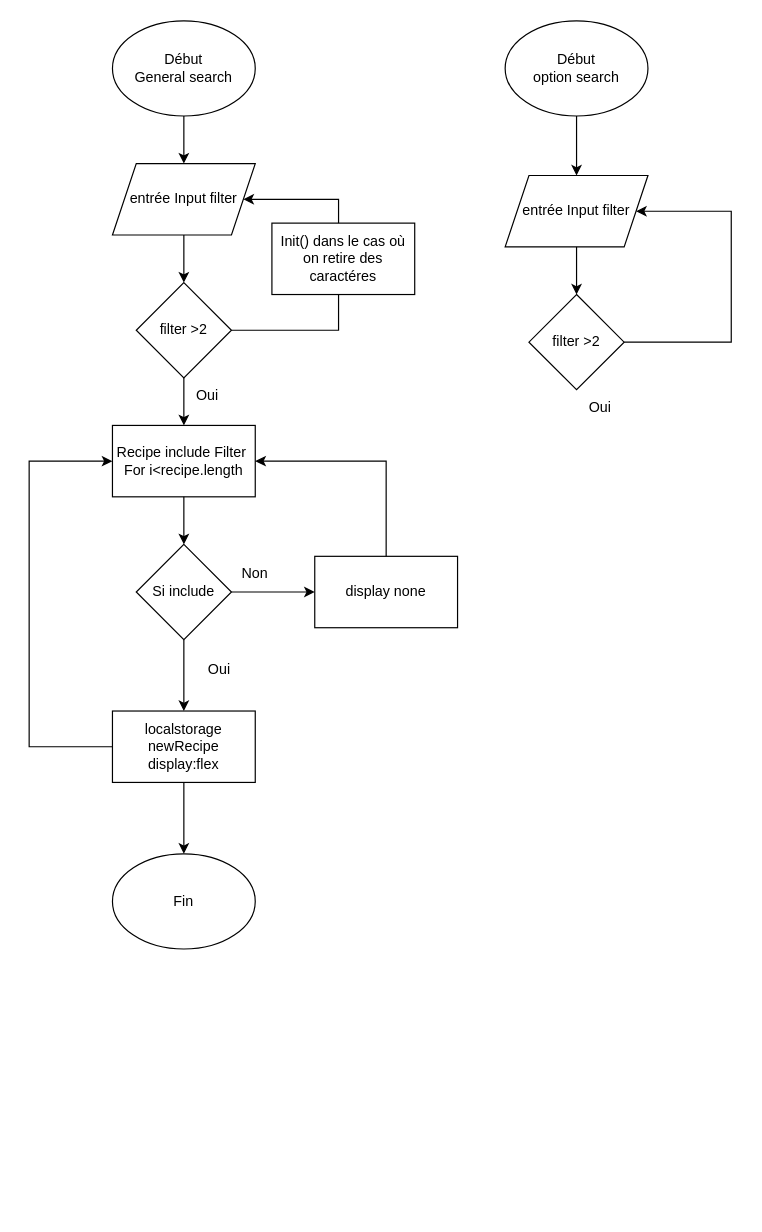
Earlier version of the draw.io diagram assets/images/Untitled Diagram.drawio (denis-farkas/DenisFarkas_7_15012022). Source tidied: cells renumbered, new cells numbered last; positions are measured from the earlier drawing's top-left corner, leaving out a move shared by most shapes. Both pictures are drawn from the tidied source at 119%, with x=0, y=0 at pixel (29, 20).
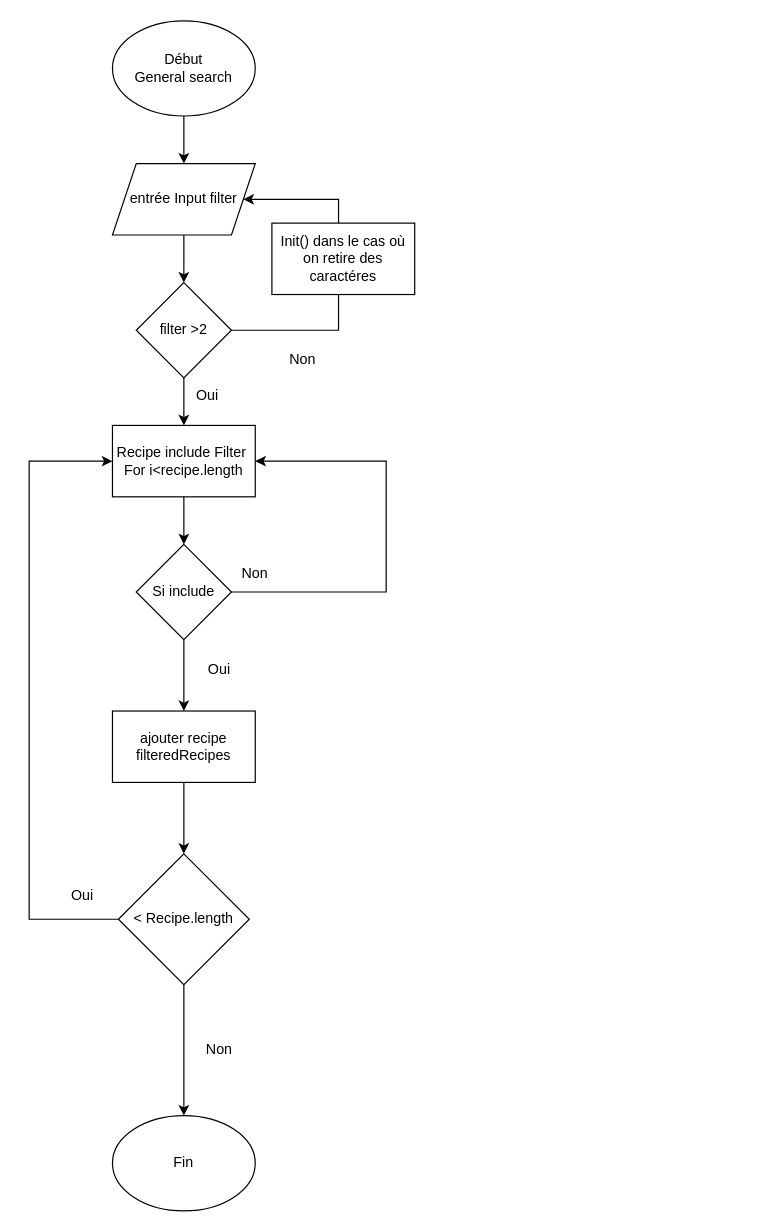
Above is the later version.

The change refers to these unchanged cells:
```xml
<mxCell id="4" value="Recipe include Filter&amp;nbsp;&lt;br&gt;For i&amp;lt;recipe.length" style="rounded=0;whiteSpace=wrap;html=1;" parent="1" vertex="1">
  <mxGeometry x="70" y="340" width="120" height="60" as="geometry" />
</mxCell>
<mxCell id="6" value="Si include" style="rhombus;whiteSpace=wrap;html=1;" parent="1" vertex="1">
  <mxGeometry x="90" y="440" width="80" height="80" as="geometry" />
</mxCell>
```

What changed in the source:
```diff
@@
-    <mxCell id="15" value="localstorage newRecipe&lt;br&gt;display:flex" style="rounded=0;whiteSpace=wrap;html=1;" parent="1" vertex="1">
+    <mxCell id="15" value="ajouter recipe filteredRecipes" style="rounded=0;whiteSpace=wrap;html=1;" parent="1" vertex="1">
       <mxGeometry x="70" y="580" width="120" height="60" as="geometry" />
     </mxCell>
@@
-    <mxCell id="17" style="endArrow=classic;html=1;rounded=0;exitX=1;exitY=0.5;exitDx=0;exitDy=0;" parent="1" edge="1" source="6" target="18">
-      <mxGeometry relative="1" as="geometry" />
-    </mxCell>
-    <mxCell id="18" value="display none" style="rounded=0;whiteSpace=wrap;html=1;" parent="1" vertex="1">
-      <mxGeometry x="240" y="450" width="120" height="60" as="geometry" />
-    </mxCell>
-    <mxCell id="19" style="endArrow=classic;html=1;rounded=0;exitX=0;exitY=0.5;exitDx=0;exitDy=0;entryX=0;entryY=0.5;entryDx=0;entryDy=0;" parent="1" edge="1" source="15" target="4">
+    <mxCell id="19" style="endArrow=classic;html=1;rounded=0;exitX=0;exitY=0.5;exitDx=0;exitDy=0;entryX=0;entryY=0.5;entryDx=0;entryDy=0;" parent="1" edge="1" source="32" target="4">
       <mxGeometry relative="1" as="geometry">
         <Array as="points">
-          <mxPoint y="610" />
+          <mxPoint y="755" />
           <mxPoint y="370" />
         </Array>
       </mxGeometry>
     </mxCell>
     <mxCell id="20" value="Fin" style="ellipse;whiteSpace=wrap;html=1;" parent="1" vertex="1">
-      <mxGeometry x="70" y="700" width="120" height="80" as="geometry" />
+      <mxGeometry x="70" y="920" width="120" height="80" as="geometry" />
     </mxCell>
-    <mxCell id="21" style="endArrow=classic;html=1;rounded=0;exitX=0.5;exitY=1;exitDx=0;exitDy=0;entryX=0.5;entryY=0;entryDx=0;entryDy=0;" parent="1" edge="1" source="15" target="20">
+    <mxCell id="21" style="endArrow=classic;html=1;rounded=0;entryX=0.5;entryY=0;entryDx=0;entryDy=0;exitX=0.5;exitY=1;exitDx=0;exitDy=0;" parent="1" edge="1" source="32" target="20">
       <mxGeometry relative="1" as="geometry" />
     </mxCell>
     <mxCell id="22" style="endArrow=classic;html=1;rounded=0;entryX=1;entryY=0.5;entryDx=0;entryDy=0;" parent="1" edge="1" target="4">
       <mxGeometry relative="1" as="geometry">
-        <mxPoint x="300" y="450" as="sourcePoint" />
+        <mxPoint x="170" y="480" as="sourcePoint" />
         <Array as="points">
+          <mxPoint x="300" y="480" />
           <mxPoint x="300" y="370" />
         </Array>
       </mxGeometry>
     </mxCell>
-    <mxCell id="23" value="Début&lt;br&gt;option search" style="ellipse;whiteSpace=wrap;html=1;" parent="1" vertex="1">
-      <mxGeometry x="400" width="120" height="80" as="geometry" />
-    </mxCell>
-    <mxCell id="24" value="entrée Input filter" style="shape=parallelogram;perimeter=parallelogramPerimeter;whiteSpace=wrap;html=1;fixedSize=1;" parent="1" vertex="1">
-      <mxGeometry x="400" y="130" width="120" height="60" as="geometry" />
-    </mxCell>
-    <mxCell id="25" value="filter &amp;gt;2" style="rhombus;whiteSpace=wrap;html=1;" parent="1" vertex="1">
-      <mxGeometry x="420" y="230" width="80" height="80" as="geometry" />
-    </mxCell>
-    <mxCell id="26" style="endArrow=classic;html=1;rounded=0;exitX=0.5;exitY=1;exitDx=0;exitDy=0;" parent="1" edge="1" source="24" target="25">
-      <mxGeometry relative="1" as="geometry" />
-    </mxCell>
-    <mxCell id="27" style="endArrow=classic;html=1;rounded=0;exitX=1;exitY=0.5;exitDx=0;exitDy=0;" parent="1" edge="1" source="25" target="24">
-      <mxGeometry relative="1" as="geometry">
-        <Array as="points">
-          <mxPoint x="590" y="270" />
-          <mxPoint x="590" y="160" />
-        </Array>
-      </mxGeometry>
-    </mxCell>
+    <mxCell id="30" value="Init() dans le cas où&lt;br&gt;on retire des caractéres" style="rounded=0;whiteSpace=wrap;html=1;" parent="1" vertex="1">
+      <mxGeometry x="204" y="170" width="120" height="60" as="geometry" />
+    </mxCell>
+    <mxCell id="31" value="Non" style="text;html=1;strokeColor=none;fillColor=none;align=center;verticalAlign=middle;whiteSpace=wrap;rounded=0;" parent="1" vertex="1">
+      <mxGeometry x="200" y="270" width="60" height="30" as="geometry" />
+    </mxCell>
+    <mxCell id="32" value="&amp;lt; Recipe.length" style="rhombus;whiteSpace=wrap;html=1;" parent="1" vertex="1">
+      <mxGeometry x="75" y="700" width="110" height="110" as="geometry" />
+    </mxCell>
+    <mxCell id="33" style="endArrow=classic;html=1;rounded=0;exitX=0.5;exitY=1;exitDx=0;exitDy=0;entryX=0.5;entryY=0;entryDx=0;entryDy=0;" parent="1" edge="1" source="15" target="32">
+      <mxGeometry relative="1" as="geometry" />
+    </mxCell>
     <mxCell id="28" value="Oui" style="text;html=1;strokeColor=none;fillColor=none;align=center;verticalAlign=middle;whiteSpace=wrap;rounded=0;" parent="1" vertex="1">
-      <mxGeometry x="450" y="310" width="60" height="30" as="geometry" />
+      <mxGeometry x="15" y="720" width="60" height="30" as="geometry" />
     </mxCell>
-    <mxCell id="29" style="endArrow=classic;html=1;rounded=0;entryX=0.5;entryY=0;entryDx=0;entryDy=0;" parent="1" edge="1" target="24">
-      <mxGeometry relative="1" as="geometry">
-        <mxPoint x="460" y="80" as="sourcePoint" />
-        <Array as="points">
-          <mxPoint x="460" y="80" />
-        </Array>
-      </mxGeometry>
-    </mxCell>
-    <mxCell id="30" value="Init() dans le cas où&lt;br&gt;on retire des caractéres" style="rounded=0;whiteSpace=wrap;html=1;" parent="1" vertex="1">
-      <mxGeometry x="204" y="170" width="120" height="60" as="geometry" />
-    </mxCell>
+    <mxCell id="34" value="Non" style="text;html=1;strokeColor=none;fillColor=none;align=center;verticalAlign=middle;whiteSpace=wrap;rounded=0;" parent="1" vertex="1">
+      <mxGeometry x="130" y="850" width="60" height="30" as="geometry" />
+    </mxCell>
```
